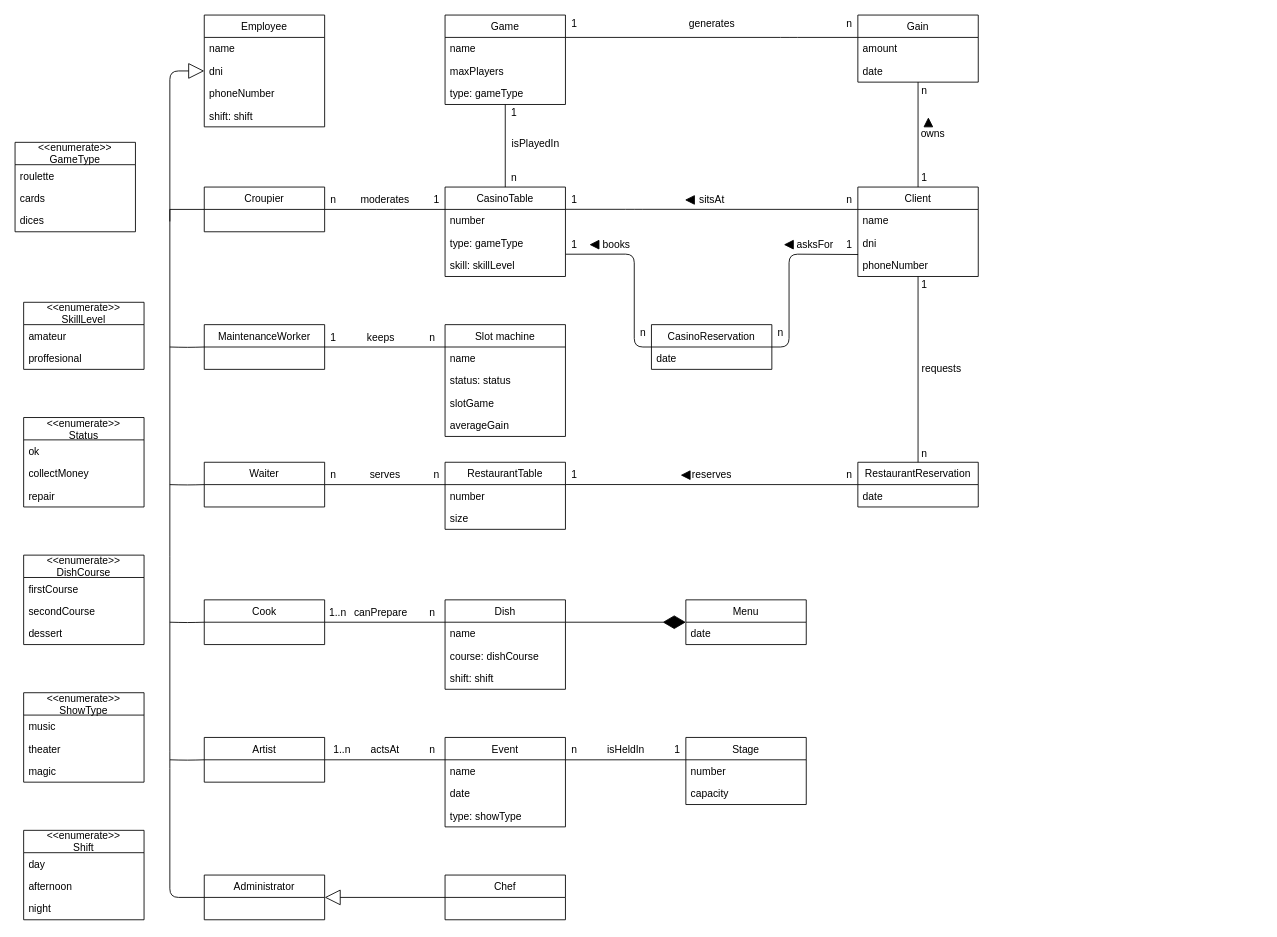
Earlier version of the draw.io diagram Umls/diagramaUML.drawio (gii-is-DP1/dp1-2020-g1-07). Source tidied: cells renumbered, new cells numbered last; positions are measured from the earlier drawing's top-left corner, leaving out a move shared by most shapes. Both pictures are drawn from the tidied source at 86%, with x=0, y=0 at pixel (15, 15).
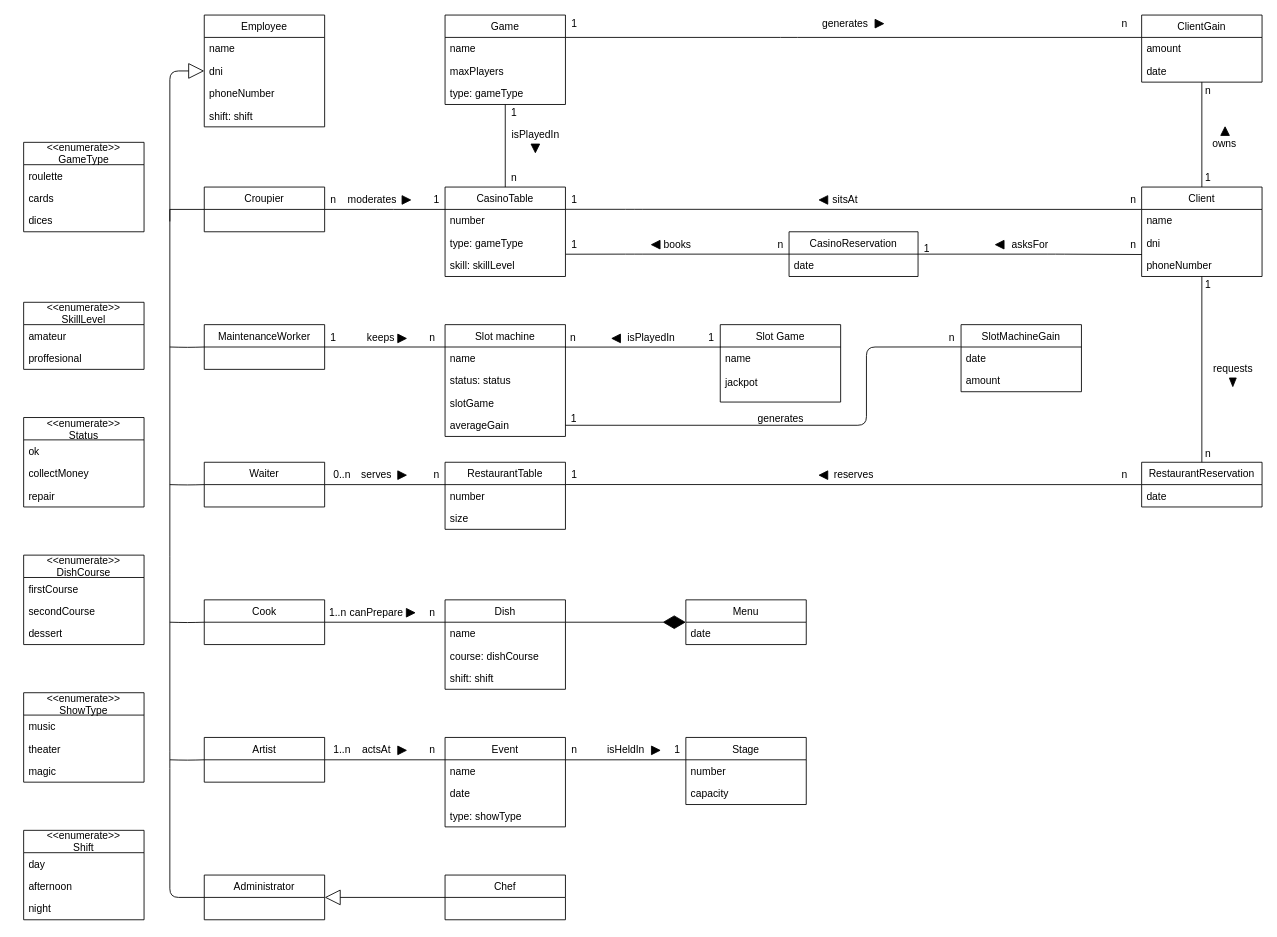
The same diagram, later.

Commit message (it also covers changes not shown here):
Added "SlotMachineGain" entity

Unchanged cells that the change refers to:
```xml
<mxCell id="19" value="skill: skillLevel" style="text;strokeColor=none;fillColor=none;align=left;verticalAlign=top;spacingLeft=4;spacingRight=4;overflow=hidden;points=[[0,0.5],[1,0.5]];portConstraint=eastwest;" parent="16" vertex="1">
  <mxGeometry y="78" width="140" height="26" as="geometry" />
</mxCell>
<mxCell id="29" value="name" style="text;strokeColor=none;fillColor=none;align=left;verticalAlign=top;spacingLeft=4;spacingRight=4;overflow=hidden;points=[[0,0.5],[1,0.5]];portConstraint=eastwest;" parent="28" vertex="1">
  <mxGeometry y="26" width="140" height="26" as="geometry" />
</mxCell>
<mxCell id="32" value="averageGain" style="text;strokeColor=none;fillColor=none;align=left;verticalAlign=top;spacingLeft=4;spacingRight=4;overflow=hidden;points=[[0,0.5],[1,0.5]];portConstraint=eastwest;" parent="28" vertex="1">
  <mxGeometry y="104" width="140" height="26" as="geometry" />
</mxCell>
<mxCell id="75" value="phoneNumber" style="text;strokeColor=none;fillColor=none;align=left;verticalAlign=top;spacingLeft=4;spacingRight=4;overflow=hidden;points=[[0,0.5],[1,0.5]];portConstraint=eastwest;" parent="72" vertex="1">
  <mxGeometry y="78" width="140" height="26" as="geometry" />
</mxCell>
```

The edit, as a diff of the source:
```diff
@@
     <mxCell id="40" value="&lt;&lt;enumerate&gt;&gt;&#10;GameType" style="swimlane;fontStyle=0;horizontal=1;startSize=26;fillColor=none;" parent="1" vertex="1">
-      <mxGeometry y="148" width="140" height="104" as="geometry" />
+      <mxGeometry x="10" y="148" width="140" height="104" as="geometry" />
     </mxCell>
@@
     <mxCell id="45" value="n" style="text;html=1;align=center;verticalAlign=middle;" parent="1" vertex="1">
-      <mxGeometry x="960" y="205" width="20" height="20" as="geometry" />
+      <mxGeometry x="1290" y="205" width="20" height="20" as="geometry" />
     </mxCell>
     <mxCell id="46" value="isPlayedIn" style="text;html=1;align=center;verticalAlign=middle;" parent="1" vertex="1">
-      <mxGeometry x="570" y="140" width="70" height="20" as="geometry" />
+      <mxGeometry x="570" y="130" width="70" height="20" as="geometry" />
     </mxCell>
@@
     <mxCell id="48" value="1" style="text;html=1;align=center;verticalAlign=middle;" parent="1" vertex="1">
-      <mxGeometry x="1047" y="180" width="20" height="20" as="geometry" />
+      <mxGeometry x="1377" y="180" width="20" height="20" as="geometry" />
     </mxCell>
     <mxCell id="49" value="moderates" style="text;html=1;align=center;verticalAlign=middle;" parent="1" vertex="1">
-      <mxGeometry x="395" y="205" width="70" height="20" as="geometry" />
+      <mxGeometry x="380" y="205" width="70" height="20" as="geometry" />
     </mxCell>
@@
     <mxCell id="62" value="canPrepare" style="text;html=1;align=center;verticalAlign=middle;" parent="1" vertex="1">
-      <mxGeometry x="385" y="685" width="80" height="20" as="geometry" />
+      <mxGeometry x="380" y="685" width="80" height="20" as="geometry" />
     </mxCell>
@@
     <mxCell id="67" value="actsAt" style="text;html=1;align=center;verticalAlign=middle;" parent="1" vertex="1">
-      <mxGeometry x="405" y="845" width="50" height="20" as="geometry" />
+      <mxGeometry x="395" y="845" width="50" height="20" as="geometry" />
     </mxCell>
@@
-    <mxCell id="69" value="Gain" style="swimlane;fontStyle=0;horizontal=1;startSize=26;fillColor=none;" parent="1" vertex="1">
-      <mxGeometry x="980" width="140" height="78" as="geometry" />
+    <mxCell id="69" value="ClientGain" style="swimlane;fontStyle=0;horizontal=1;startSize=26;fillColor=none;" parent="1" vertex="1">
+      <mxGeometry x="1310" width="140" height="78" as="geometry" />
     </mxCell>
@@
     <mxCell id="72" value="Client" style="swimlane;fontStyle=0;horizontal=1;startSize=26;fillColor=none;" parent="1" vertex="1">
-      <mxGeometry x="980" y="200" width="140" height="104" as="geometry" />
+      <mxGeometry x="1310" y="200" width="140" height="104" as="geometry" />
     </mxCell>
@@
     <mxCell id="77" value="n" style="text;html=1;align=center;verticalAlign=middle;" parent="1" vertex="1">
-      <mxGeometry x="960" width="20" height="20" as="geometry" />
+      <mxGeometry x="1280" width="20" height="20" as="geometry" />
     </mxCell>
@@
     <mxCell id="79" value="n" style="text;html=1;align=center;verticalAlign=middle;" parent="1" vertex="1">
-      <mxGeometry x="1047" y="78" width="20" height="20" as="geometry" />
+      <mxGeometry x="1377" y="78" width="20" height="20" as="geometry" />
     </mxCell>
@@
     <mxCell id="81" value="owns" style="text;html=1;align=center;verticalAlign=middle;" parent="1" vertex="1">
-      <mxGeometry x="1047" y="128" width="40" height="20" as="geometry" />
+      <mxGeometry x="1386" y="140" width="40" height="20" as="geometry" />
     </mxCell>
     <mxCell id="82" value="sitsAt" style="text;html=1;align=center;verticalAlign=middle;" parent="1" vertex="1">
-      <mxGeometry x="790" y="205" width="40" height="20" as="geometry" />
+      <mxGeometry x="945" y="205" width="40" height="20" as="geometry" />
     </mxCell>
     <mxCell id="83" value="generates" style="text;html=1;align=center;verticalAlign=middle;" parent="1" vertex="1">
-      <mxGeometry x="775" width="70" height="20" as="geometry" />
+      <mxGeometry x="930" width="70" height="20" as="geometry" />
     </mxCell>
@@
     <mxCell id="98" style="triangle;whiteSpace=wrap;html=1;fillColor=#000000;direction=north;" parent="1" vertex="1">
-      <mxGeometry x="1057" y="120" width="10" height="10" as="geometry" />
+      <mxGeometry x="1402" y="130" width="10" height="10" as="geometry" />
     </mxCell>
     <mxCell id="99" style="triangle;whiteSpace=wrap;html=1;fillColor=#000000;direction=west;" parent="1" vertex="1">
-      <mxGeometry x="780" y="210" width="10" height="10" as="geometry" />
+      <mxGeometry x="935" y="210" width="10" height="10" as="geometry" />
     </mxCell>
@@
     <mxCell id="121" value="RestaurantReservation" style="swimlane;fontStyle=0;horizontal=1;startSize=26;fillColor=none;" parent="1" vertex="1">
-      <mxGeometry x="980" y="520" width="140" height="52" as="geometry" />
+      <mxGeometry x="1310" y="520" width="140" height="52" as="geometry" />
     </mxCell>
@@
-    <mxCell id="123" value="n" style="text;html=1;align=center;verticalAlign=middle;" parent="1" vertex="1">
-      <mxGeometry x="360" y="525" width="20" height="20" as="geometry" />
+    <mxCell id="123" value="0..n" style="text;html=1;align=center;verticalAlign=middle;" parent="1" vertex="1">
+      <mxGeometry x="360" y="525" width="40" height="20" as="geometry" />
     </mxCell>
@@
     <mxCell id="125" value="serves" style="text;html=1;align=center;verticalAlign=middle;" parent="1" vertex="1">
-      <mxGeometry x="405" y="525" width="50" height="20" as="geometry" />
+      <mxGeometry x="395" y="525" width="50" height="20" as="geometry" />
     </mxCell>
     <mxCell id="126" value="CasinoReservation" style="swimlane;fontStyle=0;horizontal=1;startSize=26;fillColor=none;" parent="1" vertex="1">
-      <mxGeometry x="740" y="360" width="140" height="52" as="geometry" />
+      <mxGeometry x="900" y="252" width="150" height="52" as="geometry" />
     </mxCell>
     <mxCell id="127" value="date" style="text;strokeColor=none;fillColor=none;align=left;verticalAlign=top;spacingLeft=4;spacingRight=4;overflow=hidden;" parent="126" vertex="1">
-      <mxGeometry y="26" width="140" height="26" as="geometry" />
+      <mxGeometry y="26" width="150" height="26" as="geometry" />
     </mxCell>
     <mxCell id="128" style="endArrow=none;html=1;exitX=1;exitY=0.5;exitDx=0;exitDy=0;entryX=0.002;entryY=0.017;entryDx=0;entryDy=0;entryPerimeter=0;" parent="1" edge="1" source="126" target="75">
       <mxGeometry relative="1" as="geometry">
         <Array as="points">
-          <mxPoint x="900" y="386" />
-          <mxPoint x="900" y="278" />
+          <mxPoint x="1210" y="278" />
         </Array>
       </mxGeometry>
     </mxCell>
     <mxCell id="129" style="endArrow=none;html=1;entryX=0;entryY=0.5;entryDx=0;entryDy=0;exitX=1.003;exitY=0.004;exitDx=0;exitDy=0;exitPerimeter=0;" parent="1" edge="1" source="19" target="126">
       <mxGeometry relative="1" as="geometry">
         <Array as="points">
           <mxPoint x="720" y="278" />
-          <mxPoint x="720" y="386" />
         </Array>
       </mxGeometry>
     </mxCell>
@@
     <mxCell id="132" value="requests" style="text;html=1;align=center;verticalAlign=middle;" parent="1" vertex="1">
-      <mxGeometry x="1047" y="402" width="60" height="20" as="geometry" />
+      <mxGeometry x="1386" y="402" width="60" height="20" as="geometry" />
     </mxCell>
     <mxCell id="133" value="asksFor" style="text;html=1;align=center;verticalAlign=middle;" parent="1" vertex="1">
-      <mxGeometry x="900" y="257" width="60" height="20" as="geometry" />
+      <mxGeometry x="1150" y="257" width="60" height="20" as="geometry" />
     </mxCell>
     <mxCell id="134" style="triangle;whiteSpace=wrap;html=1;fillColor=#000000;direction=west;" parent="1" vertex="1">
-      <mxGeometry x="895" y="262" width="10" height="10" as="geometry" />
+      <mxGeometry x="1140" y="262" width="10" height="10" as="geometry" />
     </mxCell>
     <mxCell id="135" value="n" style="text;html=1;align=center;verticalAlign=middle;" parent="1" vertex="1">
-      <mxGeometry x="880" y="360" width="20" height="20" as="geometry" />
+      <mxGeometry x="1290" y="257" width="20" height="20" as="geometry" />
     </mxCell>
     <mxCell id="136" value="1" style="text;html=1;align=center;verticalAlign=middle;" parent="1" vertex="1">
-      <mxGeometry x="960" y="257" width="20" height="20" as="geometry" />
+      <mxGeometry x="1050" y="262" width="20" height="20" as="geometry" />
     </mxCell>
@@
     <mxCell id="138" value="n" style="text;html=1;align=center;verticalAlign=middle;" parent="1" vertex="1">
-      <mxGeometry x="720" y="360" width="20" height="20" as="geometry" />
+      <mxGeometry x="880" y="257" width="20" height="20" as="geometry" />
     </mxCell>
     <mxCell id="139" value="1" style="text;html=1;align=center;verticalAlign=middle;" parent="1" vertex="1">
-      <mxGeometry x="1047" y="304" width="20" height="20" as="geometry" />
+      <mxGeometry x="1377" y="304" width="20" height="20" as="geometry" />
     </mxCell>
     <mxCell id="140" value="n" style="text;html=1;align=center;verticalAlign=middle;" parent="1" vertex="1">
-      <mxGeometry x="1047" y="500" width="20" height="20" as="geometry" />
+      <mxGeometry x="1377" y="500" width="20" height="20" as="geometry" />
     </mxCell>
     <mxCell id="141" value="n" style="text;html=1;align=center;verticalAlign=middle;" parent="1" vertex="1">
-      <mxGeometry x="960" y="525" width="20" height="20" as="geometry" />
+      <mxGeometry x="1280" y="525" width="20" height="20" as="geometry" />
     </mxCell>
@@
     <mxCell id="143" value="reserves" style="text;html=1;align=center;verticalAlign=middle;" parent="1" vertex="1">
-      <mxGeometry x="780" y="525" width="60" height="20" as="geometry" />
+      <mxGeometry x="945" y="525" width="60" height="20" as="geometry" />
     </mxCell>
     <mxCell id="144" value="books" style="text;html=1;align=center;verticalAlign=middle;" parent="1" vertex="1">
-      <mxGeometry x="674" y="257" width="50" height="20" as="geometry" />
+      <mxGeometry x="745" y="257" width="50" height="20" as="geometry" />
     </mxCell>
     <mxCell id="145" style="triangle;whiteSpace=wrap;html=1;fillColor=#000000;direction=west;" parent="1" vertex="1">
-      <mxGeometry x="669" y="262" width="10" height="10" as="geometry" />
+      <mxGeometry x="740" y="262" width="10" height="10" as="geometry" />
     </mxCell>
     <mxCell id="146" style="triangle;whiteSpace=wrap;html=1;fillColor=#000000;direction=west;" parent="1" vertex="1">
-      <mxGeometry x="775" y="530" width="10" height="10" as="geometry" />
+      <mxGeometry x="935" y="530" width="10" height="10" as="geometry" />
     </mxCell>
+    <mxCell id="147" value="Slot Game" style="swimlane;fontStyle=0;horizontal=1;startSize=26;fillColor=none;" parent="1" vertex="1">
+      <mxGeometry x="820" y="360" width="140" height="90" as="geometry" />
+    </mxCell>
+    <mxCell id="148" value="name&#10;&#10;jackpot" style="text;strokeColor=none;fillColor=none;align=left;verticalAlign=top;spacingLeft=4;spacingRight=4;overflow=hidden;points=[[0,0.5],[1,0.5]];portConstraint=eastwest;" parent="147" vertex="1">
+      <mxGeometry y="26" width="140" height="64" as="geometry" />
+    </mxCell>
+    <mxCell id="149" style="endArrow=none;html=1;exitX=0.997;exitY=0.003;exitDx=0;exitDy=0;exitPerimeter=0;entryX=0.003;entryY=0.001;entryDx=0;entryDy=0;entryPerimeter=0;" parent="1" edge="1" source="29" target="148">
+      <mxGeometry relative="1" as="geometry" />
+    </mxCell>
+    <mxCell id="150" value="1" style="text;html=1;strokeColor=none;fillColor=none;align=center;verticalAlign=middle;whiteSpace=wrap;rounded=0;" parent="1" vertex="1">
+      <mxGeometry x="790" y="366" width="40" height="20" as="geometry" />
+    </mxCell>
+    <mxCell id="151" value="n" style="text;html=1;strokeColor=none;fillColor=none;align=center;verticalAlign=middle;whiteSpace=wrap;rounded=0;" parent="1" vertex="1">
+      <mxGeometry x="629" y="366" width="40" height="20" as="geometry" />
+    </mxCell>
+    <mxCell id="152" style="triangle;whiteSpace=wrap;html=1;fillColor=#000000;direction=east;" parent="1" vertex="1">
+      <mxGeometry x="450" y="210" width="10" height="10" as="geometry" />
+    </mxCell>
+    <mxCell id="153" style="triangle;whiteSpace=wrap;html=1;fillColor=#000000;direction=east;" parent="1" vertex="1">
+      <mxGeometry x="445" y="530" width="10" height="10" as="geometry" />
+    </mxCell>
+    <mxCell id="154" style="triangle;whiteSpace=wrap;html=1;fillColor=#000000;direction=east;" parent="1" vertex="1">
+      <mxGeometry x="445" y="371" width="10" height="10" as="geometry" />
+    </mxCell>
+    <mxCell id="155" style="triangle;whiteSpace=wrap;html=1;fillColor=#000000;direction=east;" parent="1" vertex="1">
+      <mxGeometry x="455" y="690" width="10" height="10" as="geometry" />
+    </mxCell>
+    <mxCell id="156" style="triangle;whiteSpace=wrap;html=1;fillColor=#000000;direction=east;" parent="1" vertex="1">
+      <mxGeometry x="740" y="850" width="10" height="10" as="geometry" />
+    </mxCell>
+    <mxCell id="157" style="triangle;whiteSpace=wrap;html=1;fillColor=#000000;direction=east;" parent="1" vertex="1">
+      <mxGeometry x="445" y="850" width="10" height="10" as="geometry" />
+    </mxCell>
+    <mxCell id="158" style="triangle;whiteSpace=wrap;html=1;fillColor=#000000;direction=south;" parent="1" vertex="1">
+      <mxGeometry x="1412" y="422" width="8" height="10" as="geometry" />
+    </mxCell>
+    <mxCell id="159" style="triangle;whiteSpace=wrap;html=1;fillColor=#000000;direction=east;" parent="1" vertex="1">
+      <mxGeometry x="1000" y="5" width="10" height="10" as="geometry" />
+    </mxCell>
+    <mxCell id="160" style="triangle;whiteSpace=wrap;html=1;fillColor=#000000;direction=south;" parent="1" vertex="1">
+      <mxGeometry x="600" y="150" width="10" height="10" as="geometry" />
+    </mxCell>
+    <mxCell id="161" value="isPlayedIn" style="text;html=1;strokeColor=none;fillColor=none;align=center;verticalAlign=middle;whiteSpace=wrap;rounded=0;" parent="1" vertex="1">
+      <mxGeometry x="720" y="365" width="40" height="20" as="geometry" />
+    </mxCell>
+    <mxCell id="162" style="triangle;whiteSpace=wrap;html=1;fillColor=#000000;direction=west;" parent="1" vertex="1">
+      <mxGeometry x="694" y="371" width="10" height="10" as="geometry" />
+    </mxCell>
+    <mxCell id="163" value="SlotMachineGain" style="swimlane;fontStyle=0;horizontal=1;startSize=26;fillColor=none;" parent="1" vertex="1">
+      <mxGeometry x="1100" y="360" width="140" height="78" as="geometry" />
+    </mxCell>
+    <mxCell id="164" value="date" style="text;strokeColor=none;fillColor=none;align=left;verticalAlign=top;spacingLeft=4;spacingRight=4;overflow=hidden;" parent="163" vertex="1">
+      <mxGeometry y="26" width="140" height="26" as="geometry" />
+    </mxCell>
+    <mxCell id="165" value="amount" style="text;strokeColor=none;fillColor=none;align=left;verticalAlign=top;spacingLeft=4;spacingRight=4;overflow=hidden;" parent="163" vertex="1">
+      <mxGeometry y="52" width="140" height="26" as="geometry" />
+    </mxCell>
+    <mxCell id="166" style="endArrow=none;html=1;exitX=1;exitY=0.5;exitDx=0;exitDy=0;entryX=-0.002;entryY=0.332;entryDx=0;entryDy=0;entryPerimeter=0;" parent="1" edge="1" source="32" target="163">
+      <mxGeometry relative="1" as="geometry">
+        <Array as="points">
+          <mxPoint x="990" y="477" />
+          <mxPoint x="990" y="386" />
+        </Array>
+      </mxGeometry>
+    </mxCell>
+    <mxCell id="167" value="1" style="text;html=1;strokeColor=none;fillColor=none;align=center;verticalAlign=middle;whiteSpace=wrap;rounded=0;" parent="1" vertex="1">
+      <mxGeometry x="640" y="460" width="20" height="20" as="geometry" />
+    </mxCell>
+    <mxCell id="168" value="n" style="text;html=1;strokeColor=none;fillColor=none;align=center;verticalAlign=middle;whiteSpace=wrap;rounded=0;" parent="1" vertex="1">
+      <mxGeometry x="1079" y="365" width="21" height="20" as="geometry" />
+    </mxCell>
+    <mxCell id="169" value="generates" style="text;html=1;align=center;verticalAlign=middle;" parent="1" vertex="1">
+      <mxGeometry x="855" y="460" width="70" height="20" as="geometry" />
+    </mxCell>
```
